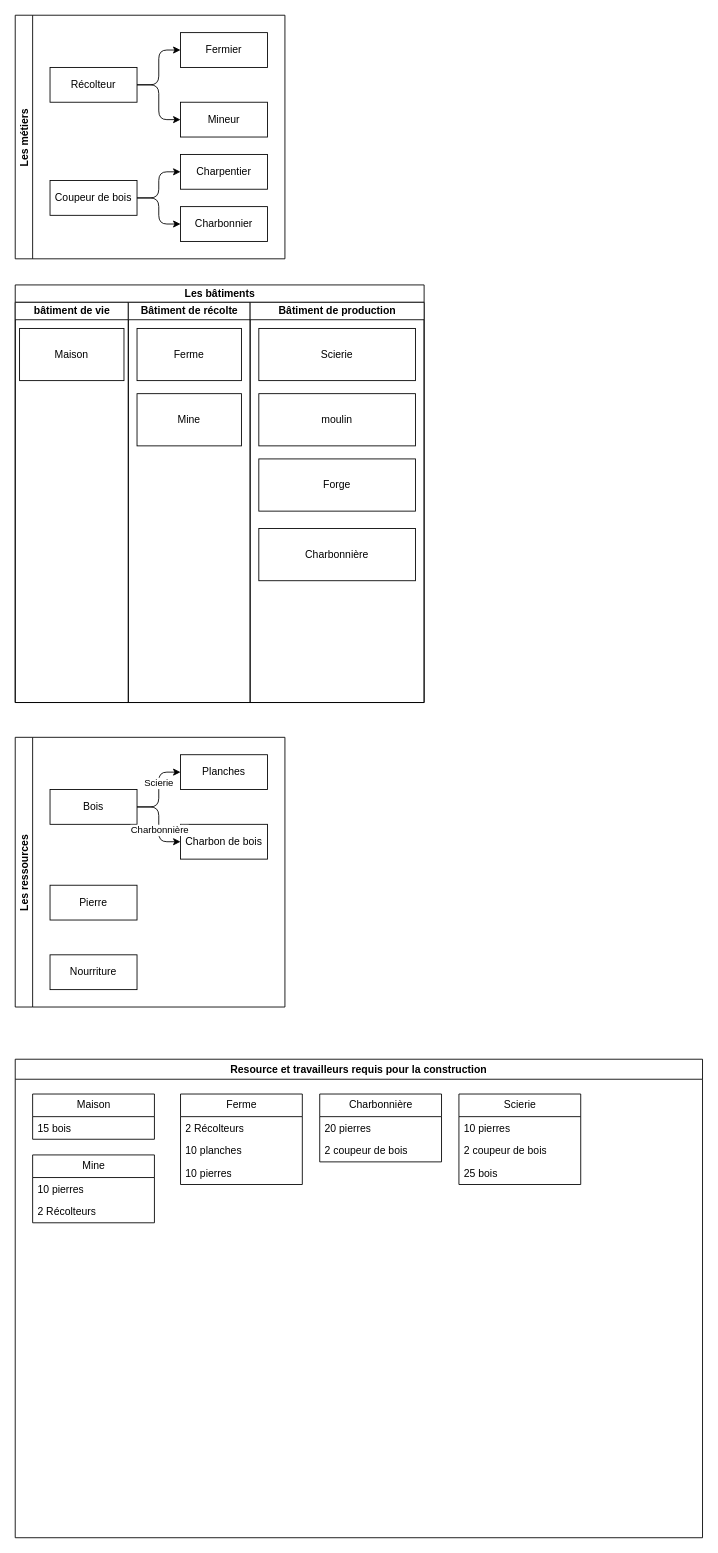
Earlier version of the draw.io diagram schemas/diagram.drawio (Ajustor/civilization). Source tidied: cells renumbered, new cells numbered last; positions are measured from the earlier drawing's top-left corner, leaving out a move shared by most shapes. Both pictures are drawn from the tidied source at 87%, with x=0, y=0 at pixel (15, 15).
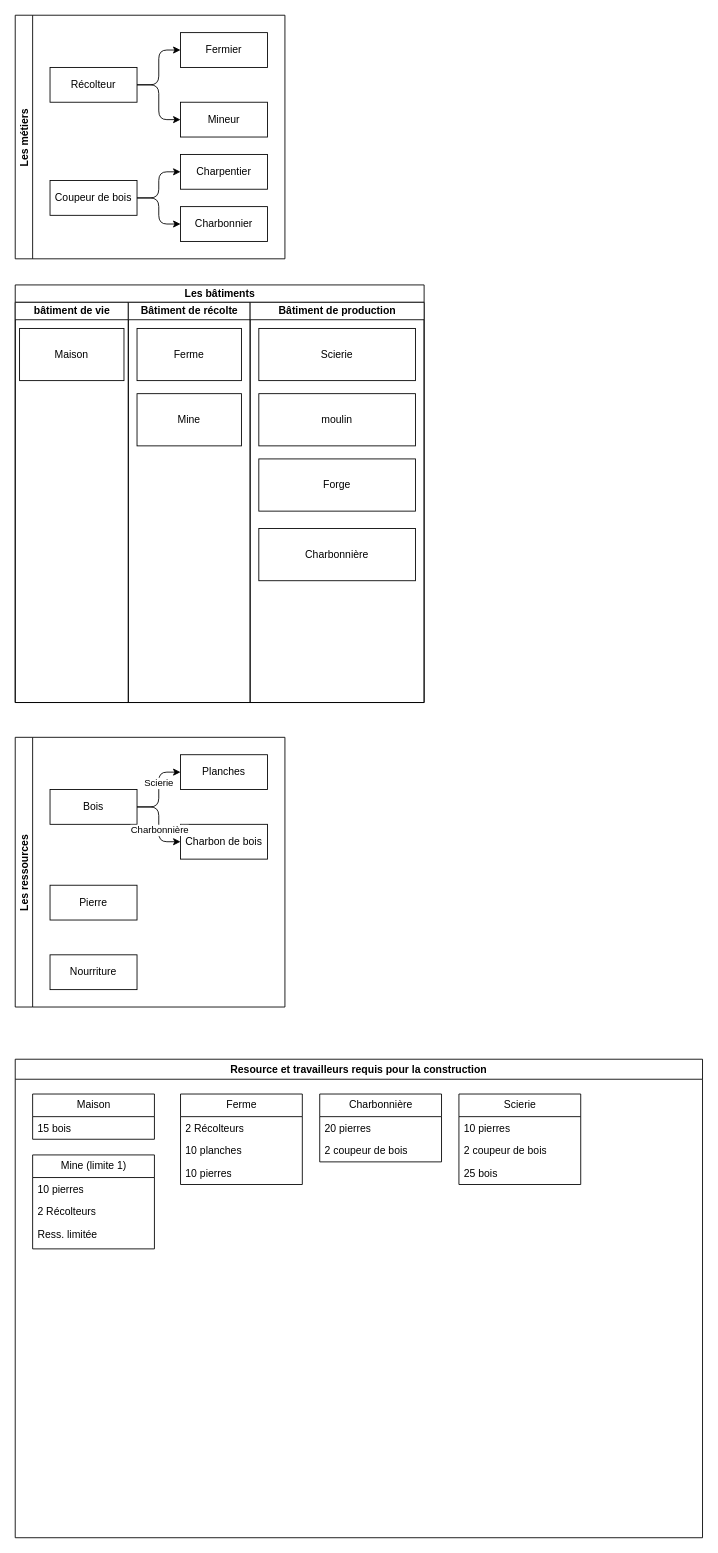
The same diagram, later.

The change refers to these unchanged cells:
```xml
<mxCell id="34" value="Resource et travailleurs requis pour la construction" style="swimlane;" parent="1" vertex="1">
  <mxGeometry y="1200" width="790" height="550" as="geometry" />
</mxCell>
```

Change to the diagram source:
```diff
@@
-    <mxCell id="44" value="Mine" style="swimlane;fontStyle=0;horizontal=1;startSize=26;fillColor=none;html=1;" parent="34" vertex="1">
-      <mxGeometry x="20" y="110" width="140" height="78" as="geometry" />
+    <mxCell id="44" value="Mine (limite 1)" style="swimlane;fontStyle=0;horizontal=1;startSize=26;fillColor=none;html=1;" parent="34" vertex="1">
+      <mxGeometry x="20" y="110" width="140" height="108" as="geometry" />
     </mxCell>
@@
+    <mxCell id="51" value="2 Récolteurs" style="text;strokeColor=none;fillColor=none;align=left;verticalAlign=top;spacingLeft=4;spacingRight=4;overflow=hidden;whiteSpace=wrap;html=1;" parent="44" vertex="1">
+      <mxGeometry y="52" width="140" height="26" as="geometry" />
+    </mxCell>
-    <mxCell id="46" value="2 Récolteurs" style="text;strokeColor=none;fillColor=none;align=left;verticalAlign=top;spacingLeft=4;spacingRight=4;overflow=hidden;whiteSpace=wrap;html=1;" parent="44" vertex="1">
-      <mxGeometry y="52" width="140" height="26" as="geometry" />
+    <mxCell id="46" value="Ress. limitée" style="text;strokeColor=none;fillColor=none;align=left;verticalAlign=top;spacingLeft=4;spacingRight=4;overflow=hidden;html=1;whiteSpace=wrap;fixedWidth=0;" parent="44" vertex="1">
+      <mxGeometry y="78" width="140" height="30" as="geometry" />
     </mxCell>
```
